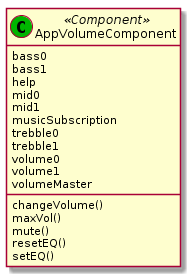
The PlantUML diagram out/doc/classes/AppVolumeComponent.png in clm2609/VirtualDJ, before a commit. The source it was exported from:
```plantuml
@startuml AppVolumeComponent
class "AppVolumeComponent" as volume <<(C,#00b500) Component>>{
    bass0
    bass1
    help
    mid0
    mid1
    musicSubscription
    trebble0
    trebble1
    volume0
    volume1
    volumeMaster
    changeVolume()
    maxVol()
    mute()
    resetEQ()
    setEQ()
}
@enduml
```
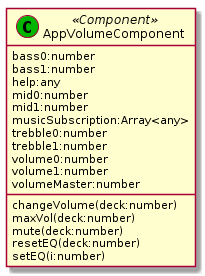
Later version of the same file.

Diff of the diagram source:
```diff
@@ -1,20 +1,20 @@
 @startuml AppVolumeComponent
 class "AppVolumeComponent" as volume <<(C,#00b500) Component>>{
-    bass0
-    bass1
-    help
-    mid0
-    mid1
-    musicSubscription
-    trebble0
-    trebble1
-    volume0
-    volume1
-    volumeMaster
-    changeVolume()
-    maxVol()
-    mute()
-    resetEQ()
-    setEQ()
+    bass0:number
+    bass1:number
+    help:any
+    mid0:number
+    mid1:number
+    musicSubscription:Array<any>
+    trebble0:number
+    trebble1:number
+    volume0:number
+    volume1:number
+    volumeMaster:number
+    changeVolume(deck:number)
+    maxVol(deck:number)
+    mute(deck:number)
+    resetEQ(deck:number)
+    setEQ(i:number)
 }
 @enduml
```
